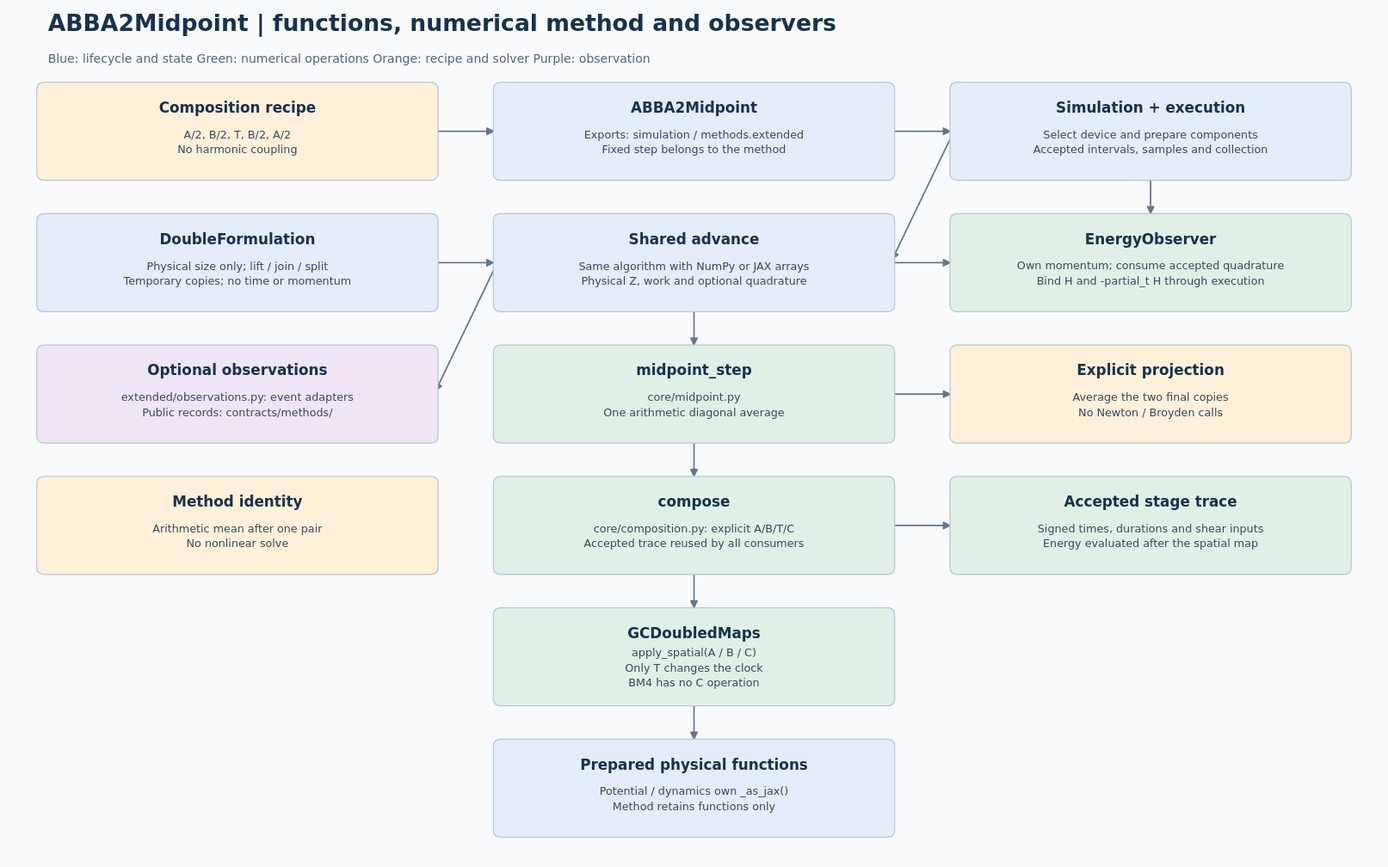
Above: docs/models/abba2-midpoint/simulation/abba2-midpoint-simulation-architecture.svg in Jugibe-52/GC2D_intranet (PlantUML), before the change. Its source is kept beside it as docs/models/abba2-midpoint/simulation/abba2-midpoint-simulation-architecture.puml.
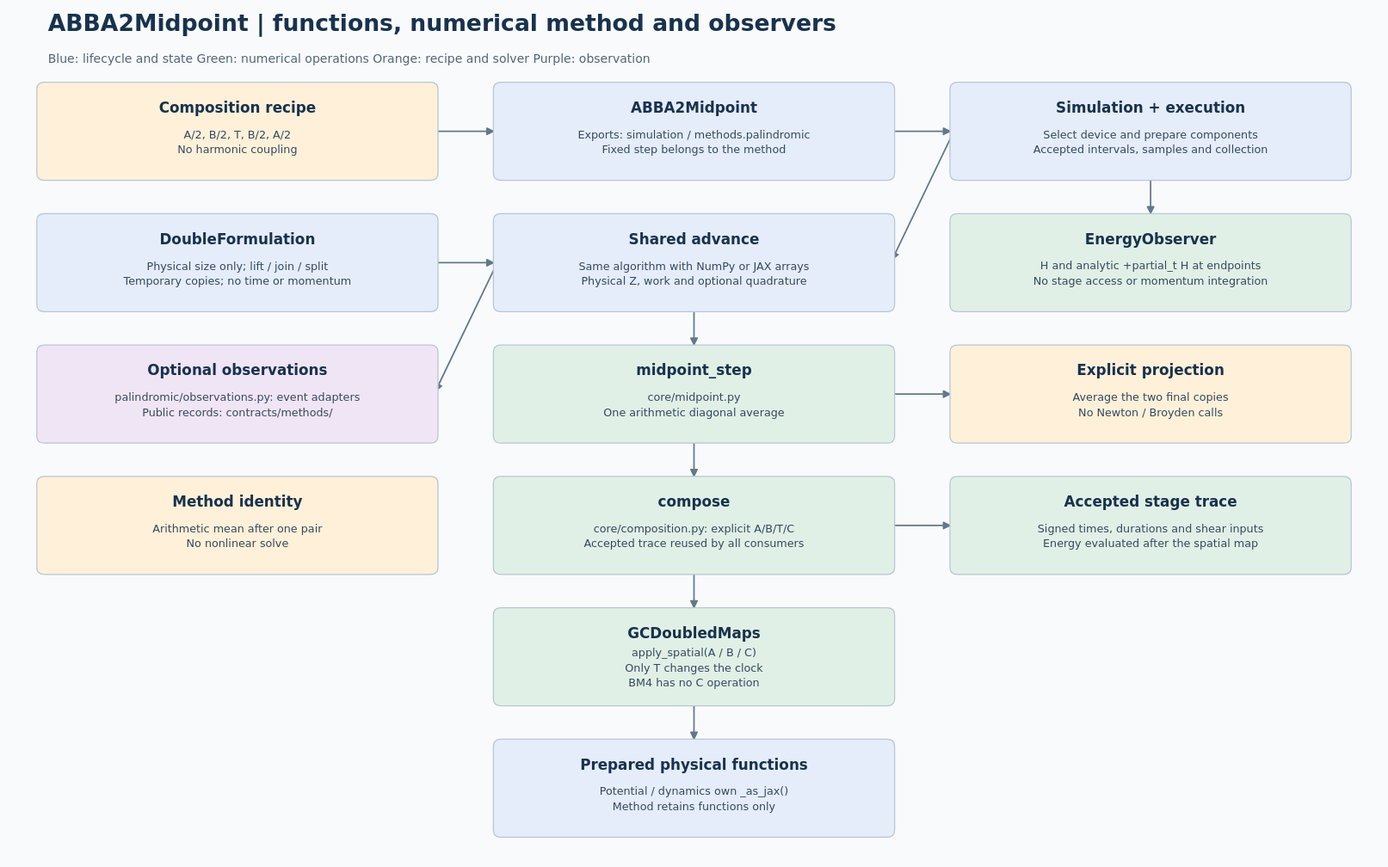
The same file after the commit.

Change to the diagram source:
```diff
@@ -3,12 +3,12 @@
   graph [rankdir=TB, bgcolor="#f8fafc"];
   node [shape=box, style="rounded,filled", fontname="DejaVu Sans"];
   recipe [label="Composition recipe\nA/2, B/2, T, B/2, A/2\nNo harmonic coupling", fillcolor="#fff0d9"];
-  method [label="ABBA2Midpoint\nExports: simulation / methods.extended\nFixed step belongs to the method", fillcolor="#e5ecfa"];
+  method [label="ABBA2Midpoint\nExports: simulation / methods.palindromic\nFixed step belongs to the method", fillcolor="#e5ecfa"];
   driver [label="Simulation + execution\nSelect device and prepare components\nAccepted intervals, samples and collection", fillcolor="#e5ecfa"];
   state [label="DoubleFormulation\nPhysical size only; lift / join / split\nTemporary copies; no time or momentum", fillcolor="#e5ecfa"];
   advance [label="Shared advance\nSame algorithm with NumPy or JAX arrays\nPhysical Z, work and optional quadrature", fillcolor="#e5ecfa"];
-  energy [label="EnergyObserver\nOwn momentum; consume accepted quadrature\nBind H and -partial_t H through execution", fillcolor="#e1f0e6"];
-  observe [label="Optional observations\nextended/observations.py: event adapters\nPublic records: contracts/methods/", fillcolor="#f0e5f5"];
+  energy [label="EnergyObserver\nH and analytic +partial_t H at endpoints\nNo stage access or momentum integration", fillcolor="#e1f0e6"];
+  observe [label="Optional observations\npalindromic/observations.py: event adapters\nPublic records: contracts/methods/", fillcolor="#f0e5f5"];
   projection [label="midpoint_step\ncore/midpoint.py\nOne arithmetic diagonal average", fillcolor="#e1f0e6"];
   solver [label="Explicit projection\nAverage the two final copies\nNo Newton / Broyden calls", fillcolor="#fff0d9"];
   placement [label="Method identity\nArithmetic mean after one pair\nNo nonlinear solve", fillcolor="#fff0d9"];
@@ -22,7 +22,6 @@
   state -> advance;
   advance -> projection;
   driver -> energy;
-  advance -> energy;
   advance -> observe;
   projection -> compose;
   projection -> solver;
```
